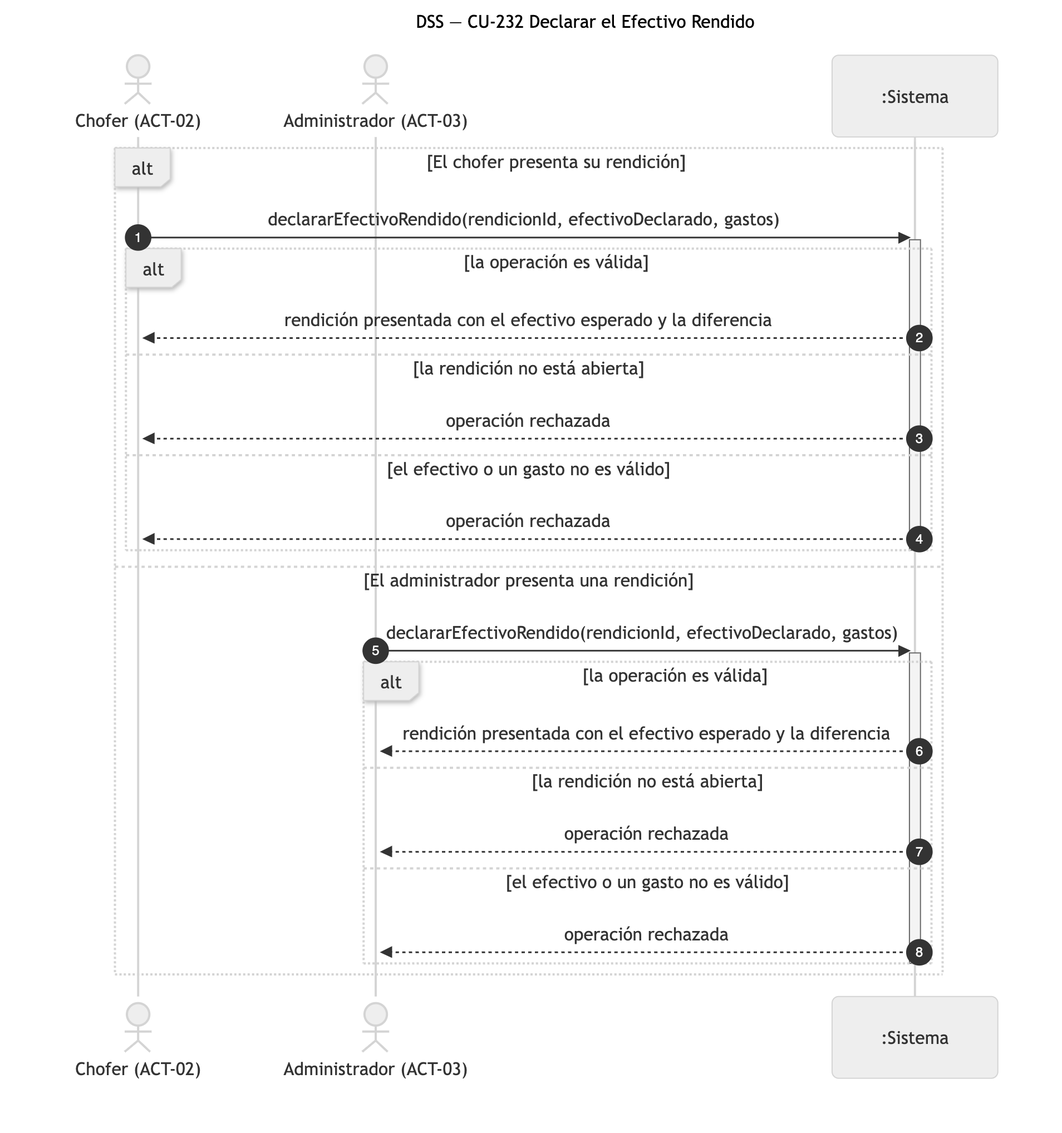
Before: diagramas/png/DSS_CU-232_Declarar-el-Efectivo-Rendido.png, a diagram exported from Mermaid (Nahuelito-Dev/splg-docs). Its source is kept beside it as diagramas/DSS_CU-232_Declarar-el-Efectivo-Rendido.mmd. Its diagram source:
```mermaid
sequenceDiagram
    title DSS — CU-232 Declarar el Efectivo Rendido
    autonumber
    actor CHF as Chofer (ACT-02)
    actor ADM as Administrador (ACT-03)
    participant SIS as :Sistema

    alt El chofer presenta su rendición
        CHF->>SIS: declararEfectivoRendido(rendicionId, efectivoDeclarado, gastos)
        activate SIS
        alt la operación es válida
            SIS-->>CHF: rendición presentada con el efectivo esperado y la diferencia
        else la rendición no está abierta
            SIS-->>CHF: operación rechazada
        else el efectivo o un gasto no es válido
            SIS-->>CHF: operación rechazada
        end
        deactivate SIS
    else El administrador presenta una rendición
        ADM->>SIS: declararEfectivoRendido(rendicionId, efectivoDeclarado, gastos)
        activate SIS
        alt la operación es válida
            SIS-->>ADM: rendición presentada con el efectivo esperado y la diferencia
        else la rendición no está abierta
            SIS-->>ADM: operación rechazada
        else el efectivo o un gasto no es válido
            SIS-->>ADM: operación rechazada
        end
        deactivate SIS
    end
```
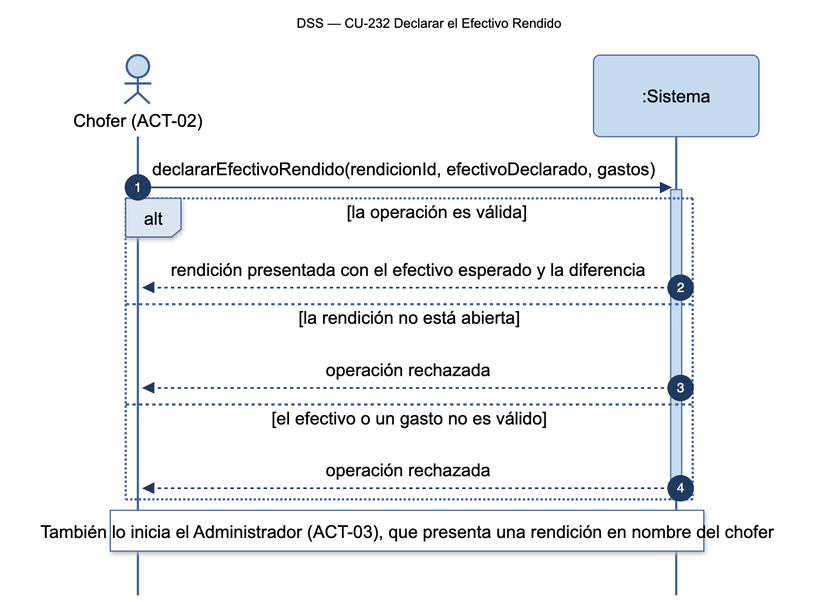
After the commit.

Change to the diagram source:
```diff
@@ -2,29 +2,16 @@
     title DSS — CU-232 Declarar el Efectivo Rendido
     autonumber
     actor CHF as Chofer (ACT-02)
-    actor ADM as Administrador (ACT-03)
     participant SIS as :Sistema
 
-    alt El chofer presenta su rendición
-        CHF->>SIS: declararEfectivoRendido(rendicionId, efectivoDeclarado, gastos)
-        activate SIS
-        alt la operación es válida
-            SIS-->>CHF: rendición presentada con el efectivo esperado y la diferencia
-        else la rendición no está abierta
-            SIS-->>CHF: operación rechazada
-        else el efectivo o un gasto no es válido
-            SIS-->>CHF: operación rechazada
-        end
-        deactivate SIS
-    else El administrador presenta una rendición
-        ADM->>SIS: declararEfectivoRendido(rendicionId, efectivoDeclarado, gastos)
-        activate SIS
-        alt la operación es válida
-            SIS-->>ADM: rendición presentada con el efectivo esperado y la diferencia
-        else la rendición no está abierta
-            SIS-->>ADM: operación rechazada
-        else el efectivo o un gasto no es válido
-            SIS-->>ADM: operación rechazada
-        end
-        deactivate SIS
+    CHF->>SIS: declararEfectivoRendido(rendicionId, efectivoDeclarado, gastos)
+    activate SIS
+    alt la operación es válida
+        SIS-->>CHF: rendición presentada con el efectivo esperado y la diferencia
+    else la rendición no está abierta
+        SIS-->>CHF: operación rechazada
+    else el efectivo o un gasto no es válido
+        SIS-->>CHF: operación rechazada
     end
+    deactivate SIS
+    Note over CHF,SIS: También lo inicia el Administrador (ACT-03), que presenta una rendición en nombre del chofer
```
